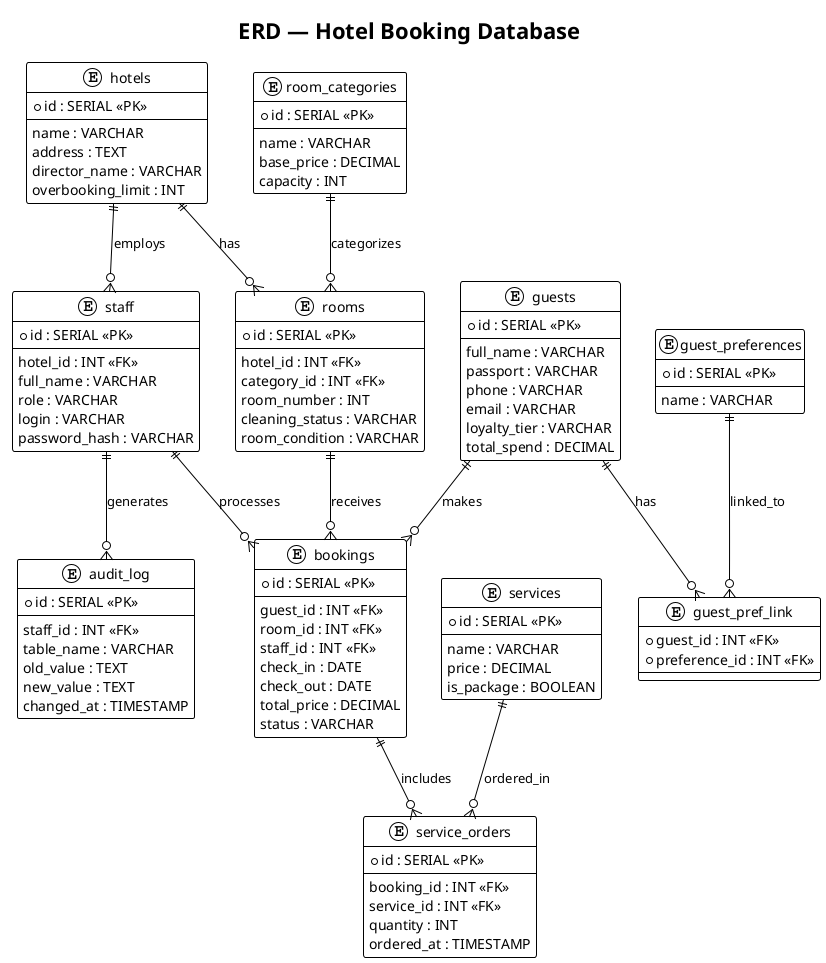
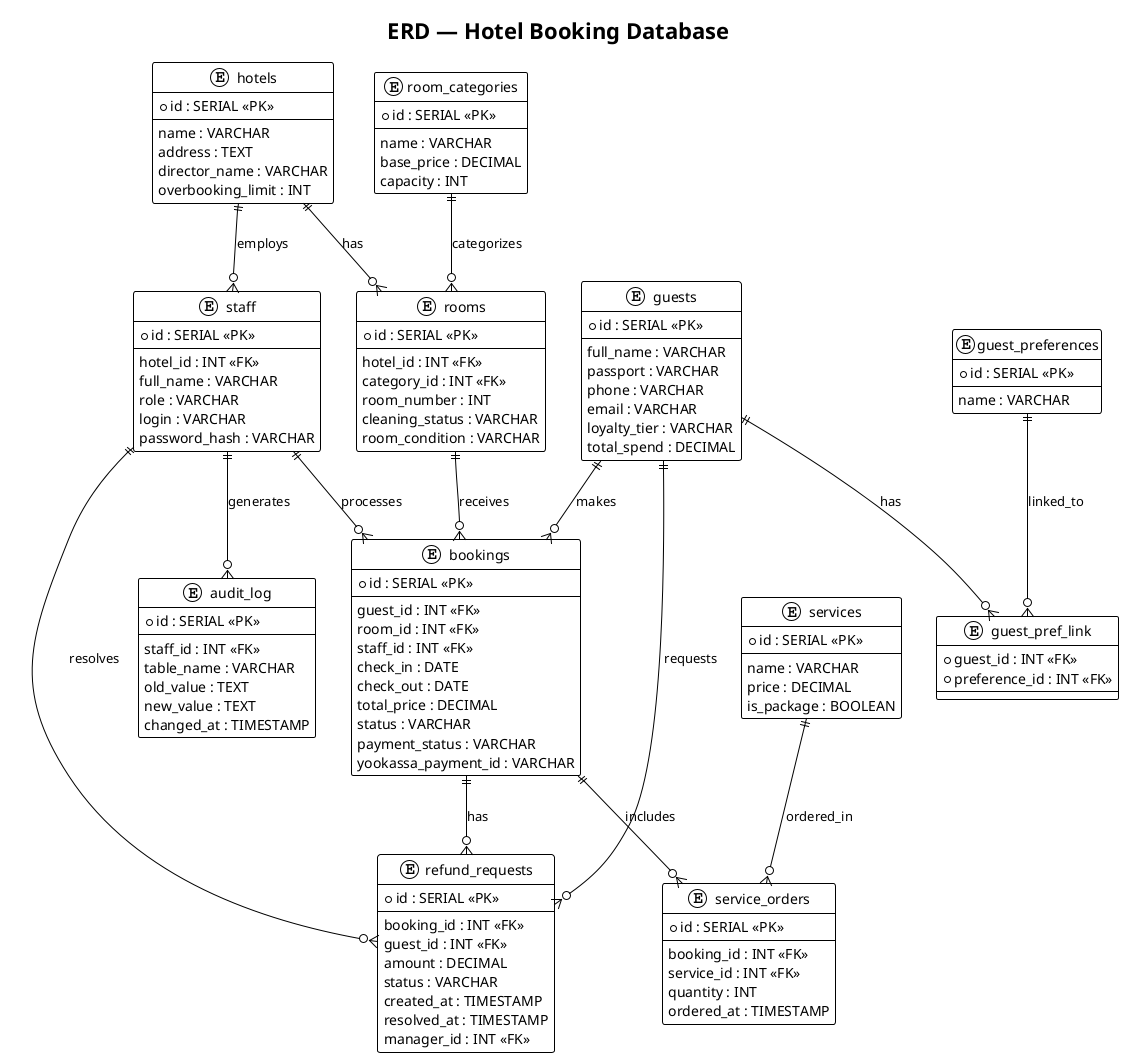
@startuml erd
!theme plain
title ERD — Hotel Booking Database

entity hotels {
  * id : SERIAL <<PK>>
  --
  name : VARCHAR
  address : TEXT
  director_name : VARCHAR
  overbooking_limit : INT
}

entity room_categories {
  * id : SERIAL <<PK>>
  --
  name : VARCHAR
  base_price : DECIMAL
  capacity : INT
}

entity rooms {
  * id : SERIAL <<PK>>
  --
  hotel_id : INT <<FK>>
  category_id : INT <<FK>>
  room_number : INT
  cleaning_status : VARCHAR
  room_condition : VARCHAR
}

entity guests {
  * id : SERIAL <<PK>>
  --
  full_name : VARCHAR
  passport : VARCHAR
  phone : VARCHAR
  email : VARCHAR
  loyalty_tier : VARCHAR
  total_spend : DECIMAL
}

entity guest_preferences {
  * id : SERIAL <<PK>>
  --
  name : VARCHAR
}

entity guest_pref_link {
  * guest_id : INT <<FK>>
  * preference_id : INT <<FK>>
}

entity staff {
  * id : SERIAL <<PK>>
  --
  hotel_id : INT <<FK>>
  full_name : VARCHAR
  role : VARCHAR
  login : VARCHAR
  password_hash : VARCHAR
}

entity bookings {
  * id : SERIAL <<PK>>
  --
  guest_id : INT <<FK>>
  room_id : INT <<FK>>
  staff_id : INT <<FK>>
  check_in : DATE
  check_out : DATE
  total_price : DECIMAL
  status : VARCHAR
+   payment_status : VARCHAR
+   yookassa_payment_id : VARCHAR
}

entity services {
  * id : SERIAL <<PK>>
  --
  name : VARCHAR
  price : DECIMAL
  is_package : BOOLEAN
}

entity service_orders {
  * id : SERIAL <<PK>>
  --
  booking_id : INT <<FK>>
  service_id : INT <<FK>>
  quantity : INT
  ordered_at : TIMESTAMP
+ }
+ 
+ entity refund_requests {
+   * id : SERIAL <<PK>>
+   --
+   booking_id : INT <<FK>>
+   guest_id : INT <<FK>>
+   amount : DECIMAL
+   status : VARCHAR
+   created_at : TIMESTAMP
+   resolved_at : TIMESTAMP
+   manager_id : INT <<FK>>
}

entity audit_log {
  * id : SERIAL <<PK>>
  --
  staff_id : INT <<FK>>
  table_name : VARCHAR
  old_value : TEXT
  new_value : TEXT
  changed_at : TIMESTAMP
}

hotels          ||--o{ rooms           : has
room_categories ||--o{ rooms           : categorizes
guests          ||--o{ bookings        : makes
rooms           ||--o{ bookings        : receives
staff           ||--o{ bookings        : processes
bookings        ||--o{ service_orders  : includes
services        ||--o{ service_orders  : ordered_in
guests          ||--o{ guest_pref_link : has
guest_preferences ||--o{ guest_pref_link : linked_to
staff           ||--o{ audit_log       : generates
hotels          ||--o{ staff           : employs
+ bookings        ||--o{ refund_requests : has
+ guests          ||--o{ refund_requests : requests
+ staff           ||--o{ refund_requests : resolves

@enduml
